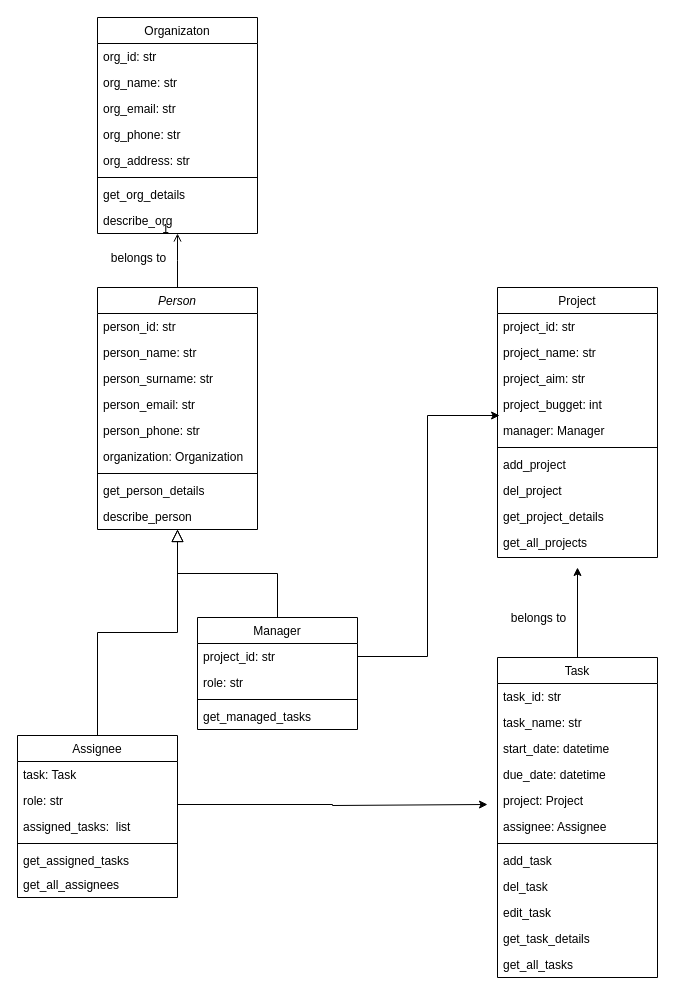
The draw.io diagram TaskMngSyst.drawio in audrbar/py-task-mng, before the edit. Source tidied: cells renumbered, new cells numbered last; positions are measured from the earlier drawing's top-left corner, leaving out a move shared by most shapes. Both pictures are drawn from the tidied source at 100%, with x=0, y=0 at pixel (17, 17).
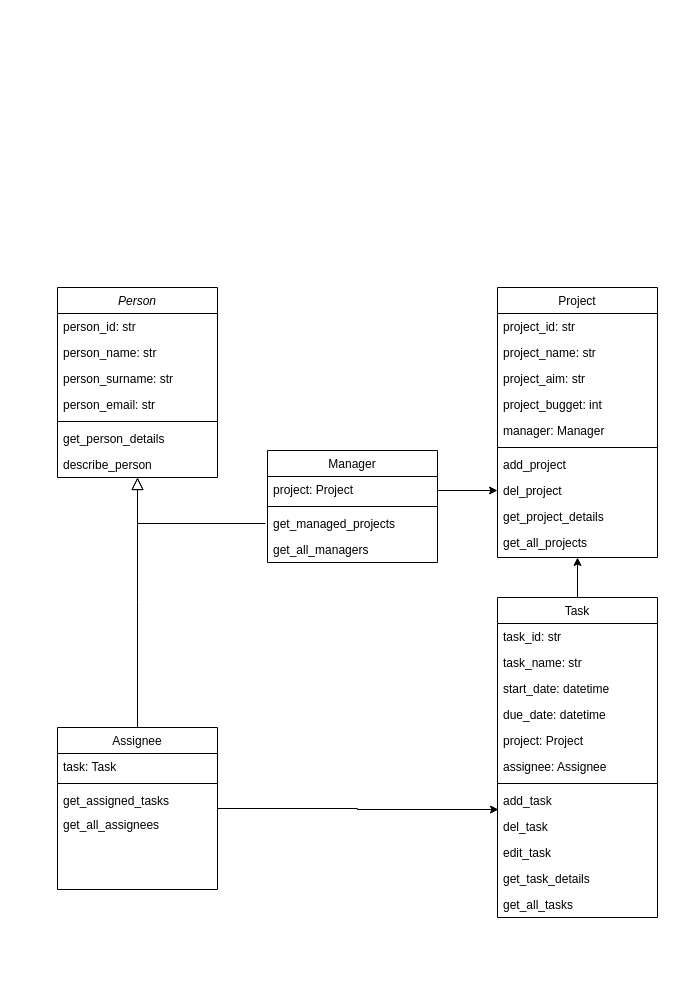
After the change.

The change refers to these unchanged cells:
```xml
<mxCell id="47" value="add_task" style="text;align=left;verticalAlign=top;spacingLeft=4;spacingRight=4;overflow=hidden;points=[[0,0.5],[1,0.5]];portConstraint=eastwest;" parent="39" vertex="1">
  <mxGeometry y="190" width="160" height="26" as="geometry" />
</mxCell>
<mxCell id="52" value="Project" style="swimlane;fontStyle=0;align=center;verticalAlign=top;horizontal=1;startSize=26;rounded=0;shadow=0;strokeWidth=1;" parent="1" vertex="1">
  <mxGeometry x="480" y="270" width="160" height="270" as="geometry" />
</mxCell>
<mxCell id="57" value="manager: Manager" style="text;align=left;verticalAlign=top;spacingLeft=4;spacingRight=4;overflow=hidden;points=[[0,0.5],[1,0.5]];portConstraint=eastwest;rounded=0;shadow=0;html=0;" parent="52" vertex="1">
  <mxGeometry y="130" width="160" height="26" as="geometry" />
</mxCell>
<mxCell id="60" value="del_project" style="text;align=left;verticalAlign=top;spacingLeft=4;spacingRight=4;overflow=hidden;points=[[0,0.5],[1,0.5]];portConstraint=eastwest;" parent="52" vertex="1">
  <mxGeometry y="190" width="160" height="26" as="geometry" />
</mxCell>
```

What changed in the source:
```diff
@@
     <mxCell id="2" value="Person" style="swimlane;fontStyle=2;align=center;verticalAlign=top;horizontal=1;startSize=26;rounded=0;shadow=0;strokeWidth=1;" parent="1" vertex="1">
-      <mxGeometry x="80" y="270" width="160" height="242" as="geometry" />
+      <mxGeometry x="40" y="270" width="160" height="190" as="geometry" />
     </mxCell>
@@
-    <mxCell id="7" value="person_phone: str" style="text;align=left;verticalAlign=top;spacingLeft=4;spacingRight=4;overflow=hidden;rounded=0;shadow=0;html=0;" parent="2" vertex="1">
-      <mxGeometry y="130" width="160" height="26" as="geometry" />
-    </mxCell>
-    <mxCell id="8" value="organization: Organization" style="text;align=left;verticalAlign=top;spacingLeft=4;spacingRight=4;overflow=hidden;rounded=0;shadow=0;html=0;" parent="2" vertex="1">
-      <mxGeometry y="156" width="160" height="26" as="geometry" />
-    </mxCell>
     <mxCell id="9" style="line;html=1;strokeWidth=1;align=left;verticalAlign=middle;spacingTop=-1;spacingLeft=3;spacingRight=3;labelPosition=right;" parent="2" vertex="1">
-      <mxGeometry y="182" width="160" height="8" as="geometry" />
+      <mxGeometry y="130" width="160" height="8" as="geometry" />
     </mxCell>
     <mxCell id="10" value="get_person_details" style="text;align=left;verticalAlign=top;spacingLeft=4;spacingRight=4;overflow=hidden;" parent="2" vertex="1">
-      <mxGeometry y="190" width="160" height="26" as="geometry" />
+      <mxGeometry y="138" width="160" height="26" as="geometry" />
     </mxCell>
     <mxCell id="11" value="describe_person" style="text;align=left;verticalAlign=top;spacingLeft=4;spacingRight=4;overflow=hidden;" parent="2" vertex="1">
-      <mxGeometry y="216" width="160" height="26" as="geometry" />
+      <mxGeometry y="164" width="160" height="26" as="geometry" />
     </mxCell>
-    <mxCell id="12" style="edgeStyle=orthogonalEdgeStyle;rounded=0;jettySize=auto;html=1;verticalAlign=middle;" parent="1" edge="1" source="13">
-      <mxGeometry relative="1" as="geometry">
-        <mxPoint x="470" y="787" as="targetPoint" />
-        <Array as="points">
-          <mxPoint x="315" y="787" />
-          <mxPoint x="315" y="788" />
-        </Array>
-      </mxGeometry>
-    </mxCell>
+    <mxCell id="66" style="edgeStyle=orthogonalEdgeStyle;rounded=0;jettySize=auto;html=1;entryX=0.006;entryY=0.846;entryDx=0;entryDy=0;entryPerimeter=0;" parent="1" edge="1" source="13" target="47">
+      <mxGeometry relative="1" as="geometry" />
+    </mxCell>
     <mxCell id="13" value="Assignee" style="swimlane;fontStyle=0;align=center;verticalAlign=top;horizontal=1;startSize=26;rounded=0;shadow=0;strokeWidth=1;" parent="1" vertex="1">
-      <mxGeometry y="718" width="160" height="162" as="geometry" />
+      <mxGeometry x="40" y="710" width="160" height="162" as="geometry" />
     </mxCell>
@@
-    <mxCell id="15" value="role: str" style="text;align=left;verticalAlign=top;spacingLeft=4;spacingRight=4;overflow=hidden;" parent="13" vertex="1">
-      <mxGeometry y="52" width="160" height="26" as="geometry" />
-    </mxCell>
-    <mxCell id="16" value="assigned_tasks:  list" style="text;align=left;verticalAlign=top;spacingLeft=4;spacingRight=4;overflow=hidden;rounded=0;shadow=0;html=0;" parent="13" vertex="1">
-      <mxGeometry y="78" width="160" height="26" as="geometry" />
-    </mxCell>
     <mxCell id="17" style="line;html=1;strokeWidth=1;align=left;verticalAlign=middle;spacingTop=-1;spacingLeft=3;spacingRight=3;labelPosition=right;" parent="13" vertex="1">
-      <mxGeometry y="104" width="160" height="8" as="geometry" />
+      <mxGeometry y="52" width="160" height="8" as="geometry" />
     </mxCell>
     <mxCell id="18" value="get_assigned_tasks" style="text;align=left;verticalAlign=top;spacingLeft=4;spacingRight=4;overflow=hidden;fontStyle=0;" parent="13" vertex="1">
-      <mxGeometry y="112" width="160" height="24" as="geometry" />
+      <mxGeometry y="60" width="160" height="24" as="geometry" />
     </mxCell>
     <mxCell id="19" value="get_all_assignees" style="text;align=left;verticalAlign=top;spacingLeft=4;spacingRight=4;overflow=hidden;" parent="13" vertex="1">
-      <mxGeometry y="136" width="160" height="26" as="geometry" />
+      <mxGeometry y="84" width="160" height="26" as="geometry" />
     </mxCell>
@@
     <mxCell id="21" value="Manager" style="swimlane;fontStyle=0;align=center;verticalAlign=top;horizontal=1;startSize=26;rounded=0;shadow=0;strokeWidth=1;" parent="1" vertex="1">
-      <mxGeometry x="180" y="600" width="160" height="112" as="geometry" />
+      <mxGeometry x="250" y="433" width="170" height="112" as="geometry" />
     </mxCell>
-    <mxCell id="22" value="project_id: str" style="text;align=left;verticalAlign=top;spacingLeft=4;spacingRight=4;overflow=hidden;points=[[0,0.5],[1,0.5]];portConstraint=eastwest;" parent="21" vertex="1">
-      <mxGeometry y="26" width="160" height="26" as="geometry" />
+    <mxCell id="22" value="project: Project" style="text;align=left;verticalAlign=top;spacingLeft=4;spacingRight=4;overflow=hidden;points=[[0,0.5],[1,0.5]];portConstraint=eastwest;" parent="21" vertex="1">
+      <mxGeometry y="26" width="170" height="26" as="geometry" />
     </mxCell>
-    <mxCell id="23" value="role: str" style="text;align=left;verticalAlign=top;spacingLeft=4;spacingRight=4;overflow=hidden;" parent="21" vertex="1">
-      <mxGeometry y="52" width="160" height="26" as="geometry" />
-    </mxCell>
     <mxCell id="24" style="line;html=1;strokeWidth=1;align=left;verticalAlign=middle;spacingTop=-1;spacingLeft=3;spacingRight=3;labelPosition=right;" parent="21" vertex="1">
-      <mxGeometry y="78" width="160" height="8" as="geometry" />
+      <mxGeometry y="52" width="170" height="8" as="geometry" />
     </mxCell>
-    <mxCell id="25" value="get_managed_tasks" style="text;align=left;verticalAlign=top;spacingLeft=4;spacingRight=4;overflow=hidden;" parent="21" vertex="1">
-      <mxGeometry y="86" width="160" height="26" as="geometry" />
+    <mxCell id="25" value="get_managed_projects" style="text;align=left;verticalAlign=top;spacingLeft=4;spacingRight=4;overflow=hidden;" parent="21" vertex="1">
+      <mxGeometry y="60" width="170" height="26" as="geometry" />
     </mxCell>
+    <mxCell id="67" value="get_all_managers" style="text;align=left;verticalAlign=top;spacingLeft=4;spacingRight=4;overflow=hidden;" parent="21" vertex="1">
+      <mxGeometry y="86" width="170" height="26" as="geometry" />
+    </mxCell>
-    <mxCell id="26" style="endArrow=block;endSize=10;endFill=0;shadow=0;strokeWidth=1;rounded=0;curved=0;edgeStyle=elbowEdgeStyle;elbow=vertical;" parent="1" edge="1" source="21" target="2">
-      <mxGeometry relative="1" as="geometry" />
+    <mxCell id="26" style="endArrow=block;endSize=10;endFill=0;shadow=0;strokeWidth=1;rounded=0;curved=0;edgeStyle=elbowEdgeStyle;elbow=vertical;" parent="1" edge="1" target="2">
+      <mxGeometry relative="1" as="geometry">
+        <mxPoint x="248" y="506" as="sourcePoint" />
+        <Array as="points">
+          <mxPoint x="120" y="506" />
+        </Array>
+      </mxGeometry>
     </mxCell>
-    <mxCell id="27" value="Organizaton" style="swimlane;fontStyle=0;align=center;verticalAlign=top;horizontal=1;startSize=26;rounded=0;shadow=0;strokeWidth=1;" parent="1" vertex="1">
-      <mxGeometry x="80" width="160" height="216" as="geometry" />
-    </mxCell>
-    <mxCell id="28" value="org_id: str" style="text;align=left;verticalAlign=top;spacingLeft=4;spacingRight=4;overflow=hidden;" parent="27" vertex="1">
-      <mxGeometry y="26" width="160" height="26" as="geometry" />
-    </mxCell>
-    <mxCell id="29" value="org_name: str" style="text;align=left;verticalAlign=top;spacingLeft=4;spacingRight=4;overflow=hidden;rounded=0;shadow=0;html=0;" parent="27" vertex="1">
-      <mxGeometry y="52" width="160" height="26" as="geometry" />
-    </mxCell>
-    <mxCell id="30" value="org_email: str" style="text;align=left;verticalAlign=top;spacingLeft=4;spacingRight=4;overflow=hidden;rounded=0;shadow=0;html=0;" parent="27" vertex="1">
-      <mxGeometry y="78" width="160" height="26" as="geometry" />
-    </mxCell>
-    <mxCell id="31" value="org_phone: str" style="text;align=left;verticalAlign=top;spacingLeft=4;spacingRight=4;overflow=hidden;rounded=0;shadow=0;html=0;" parent="27" vertex="1">
-      <mxGeometry y="104" width="160" height="26" as="geometry" />
-    </mxCell>
-    <mxCell id="32" value="org_address: str" style="text;align=left;verticalAlign=top;spacingLeft=4;spacingRight=4;overflow=hidden;rounded=0;shadow=0;html=0;" parent="27" vertex="1">
-      <mxGeometry y="130" width="160" height="26" as="geometry" />
-    </mxCell>
-    <mxCell id="33" style="line;html=1;strokeWidth=1;align=left;verticalAlign=middle;spacingTop=-1;spacingLeft=3;spacingRight=3;labelPosition=right;" parent="27" vertex="1">
-      <mxGeometry y="156" width="160" height="8" as="geometry" />
-    </mxCell>
-    <mxCell id="34" value="get_org_details" style="text;align=left;verticalAlign=top;spacingLeft=4;spacingRight=4;overflow=hidden;" parent="27" vertex="1">
-      <mxGeometry y="164" width="160" height="26" as="geometry" />
-    </mxCell>
-    <mxCell id="35" value="describe_org" style="text;align=left;verticalAlign=top;spacingLeft=4;spacingRight=4;overflow=hidden;" parent="27" vertex="1">
-      <mxGeometry y="190" width="160" height="26" as="geometry" />
-    </mxCell>
-    <mxCell id="36" style="endArrow=open;shadow=0;strokeWidth=1;rounded=0;curved=0;endFill=1;edgeStyle=elbowEdgeStyle;elbow=vertical;" parent="1" edge="1" source="2" target="27">
-      <mxGeometry x="0.5" y="41" relative="1" as="geometry">
-        <mxPoint x="-40" y="32" as="offset" />
-      </mxGeometry>
-    </mxCell>
-    <mxCell id="37" value="1" style="align=right;verticalAlign=bottom;labelBackgroundColor=none;fontSize=12;" parent="36" vertex="1">
-      <mxGeometry x="1" relative="1" as="geometry">
-        <mxPoint x="-7" y="4" as="offset" />
-      </mxGeometry>
-    </mxCell>
-    <mxCell id="38" style="edgeStyle=orthogonalEdgeStyle;rounded=0;jettySize=auto;html=1;" parent="1" edge="1" source="39">
-      <mxGeometry relative="1" as="geometry">
-        <mxPoint x="560" y="550" as="targetPoint" />
-      </mxGeometry>
-    </mxCell>
+    <mxCell id="68" style="edgeStyle=orthogonalEdgeStyle;rounded=0;jettySize=auto;html=1;entryX=0.5;entryY=1;entryDx=0;entryDy=0;" parent="1" edge="1" source="39" target="52">
+      <mxGeometry relative="1" as="geometry" />
+    </mxCell>
     <mxCell id="39" value="Task" style="swimlane;fontStyle=0;align=center;verticalAlign=top;horizontal=1;startSize=26;rounded=0;shadow=0;strokeWidth=1;" parent="1" vertex="1">
-      <mxGeometry x="480" y="640" width="160" height="320" as="geometry" />
+      <mxGeometry x="480" y="580" width="160" height="320" as="geometry" />
     </mxCell>
@@
-    <mxCell id="63" value="belongs to" style="text;html=1;align=center;verticalAlign=middle;labelBackgroundColor=none;rounded=0;shadow=0;strokeWidth=1;fontSize=12;" parent="1" vertex="1">
-      <mxGeometry x="120" y="240" as="geometry" />
-    </mxCell>
-    <mxCell id="64" value="belongs to" style="text;html=1;align=center;verticalAlign=middle;labelBackgroundColor=none;rounded=0;shadow=0;strokeWidth=1;fontSize=12;" parent="1" vertex="1">
-      <mxGeometry x="520" y="600" as="geometry" />
-    </mxCell>
-    <mxCell id="65" style="edgeStyle=orthogonalEdgeStyle;rounded=0;jettySize=auto;html=1;entryX=0.013;entryY=-0.077;entryDx=0;entryDy=0;entryPerimeter=0;" parent="1" edge="1" source="22" target="57">
-      <mxGeometry relative="1" as="geometry" />
-    </mxCell>
+    <mxCell id="69" style="edgeStyle=orthogonalEdgeStyle;rounded=0;jettySize=auto;html=1;entryX=0;entryY=0.5;entryDx=0;entryDy=0;exitX=1;exitY=0.5;exitDx=0;exitDy=0;" parent="1" edge="1" source="22" target="60">
+      <mxGeometry relative="1" as="geometry">
+        <Array as="points">
+          <mxPoint x="420" y="473" />
+        </Array>
+      </mxGeometry>
+    </mxCell>
```
